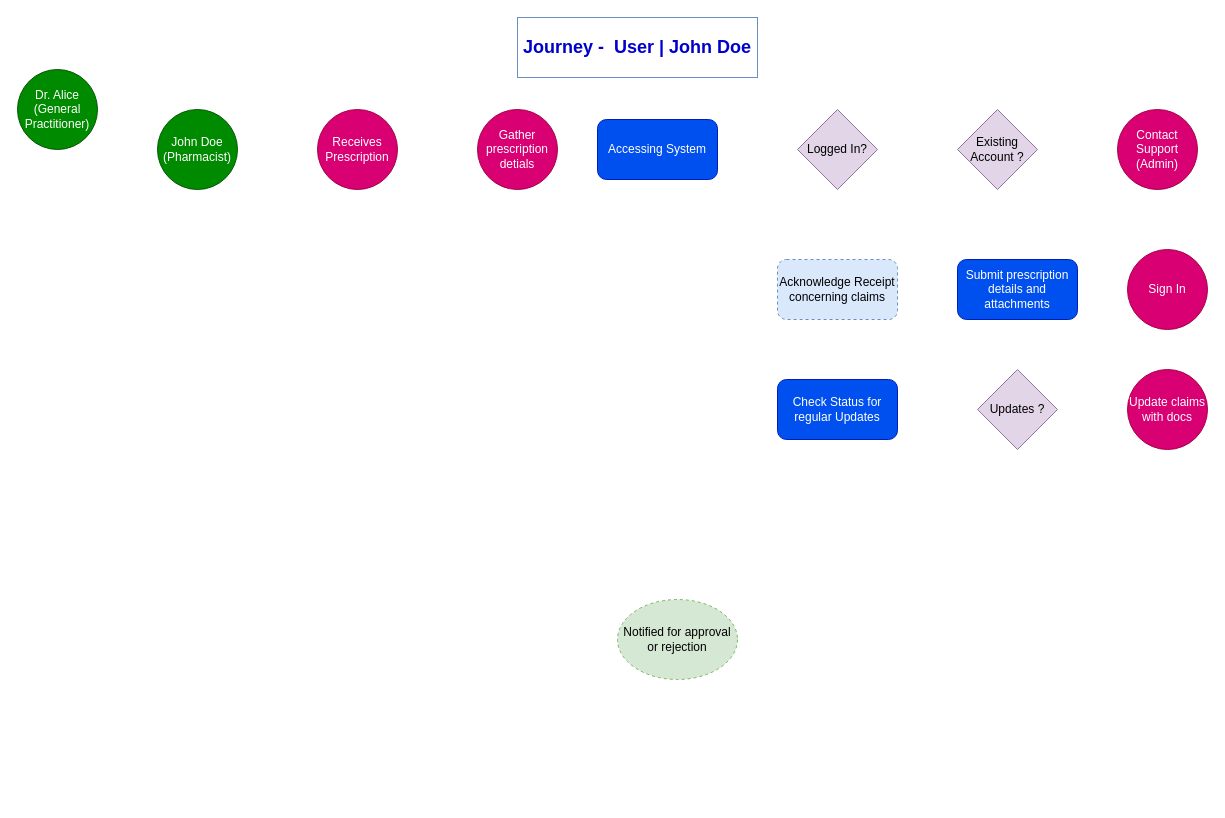
This is User John Doe Journey.drawio from dabiko/draw-io, a draw.io file, before an edit. Source tidied: cells renumbered, new cells numbered last; positions are measured from the earlier drawing's top-left corner, leaving out a move shared by most shapes. Both pictures are drawn from the tidied source at 100%, with x=0, y=0 at pixel (17, 17).
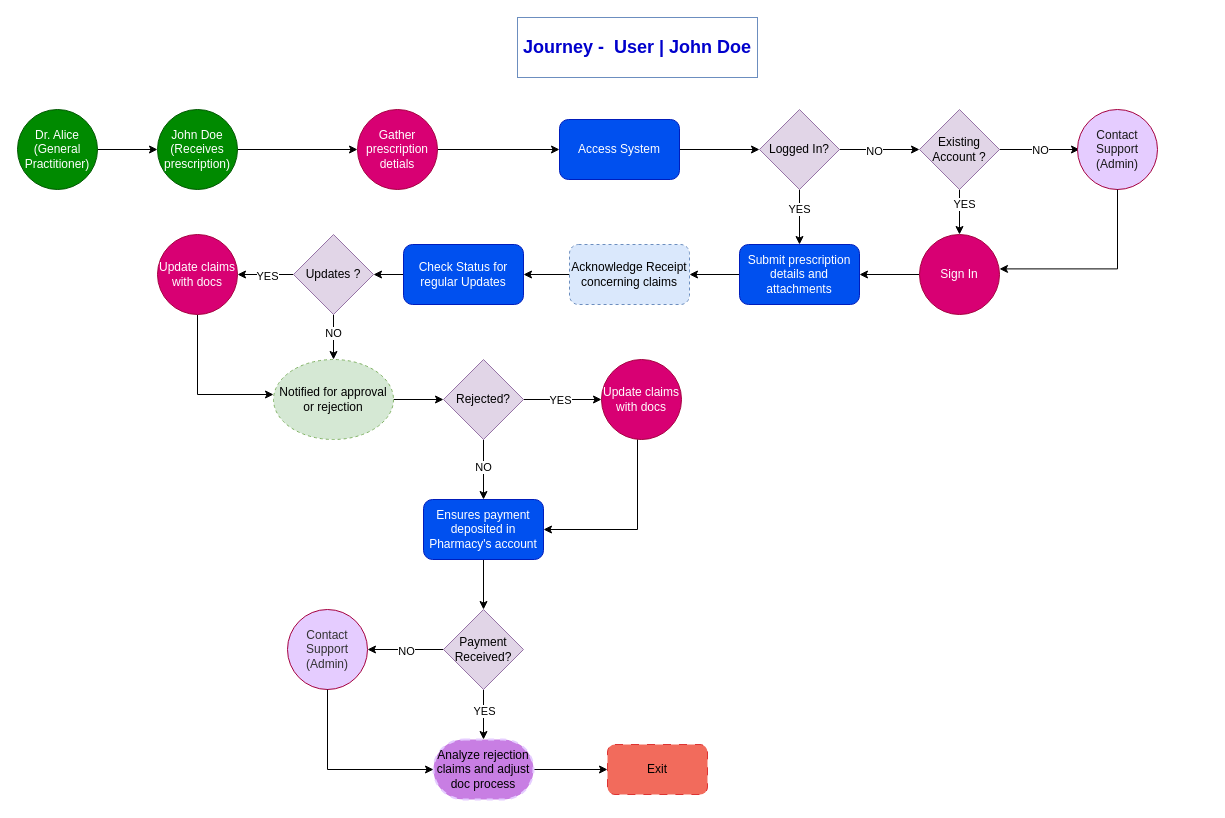
The same page after the edit.

What changed in the source:
```diff
@@
-    <mxCell id="3" value="&lt;div style=&quot;&quot;&gt;&lt;span style=&quot;background-color: initial;&quot;&gt;John Doe (Pharmacist)&lt;/span&gt;&lt;/div&gt;" style="ellipse;whiteSpace=wrap;html=1;fillColor=#008a00;strokeColor=#005700;fontColor=#ffffff;align=center;" parent="1" vertex="1">
-      <mxGeometry x="140" y="92" width="80" height="80" as="geometry" />
-    </mxCell>
+    <mxCell id="18" style="edgeStyle=orthogonalEdgeStyle;rounded=0;jettySize=auto;html=1;" parent="1" edge="1" source="4" target="3">
+      <mxGeometry relative="1" as="geometry" />
+    </mxCell>
     <mxCell id="4" value="&lt;div style=&quot;&quot;&gt;&lt;span style=&quot;background-color: initial;&quot;&gt;Dr. Alice (General Practitioner)&lt;/span&gt;&lt;/div&gt;" style="ellipse;whiteSpace=wrap;html=1;fillColor=#008a00;strokeColor=#005700;fontColor=#ffffff;align=center;" parent="1" vertex="1">
-      <mxGeometry y="52" width="80" height="80" as="geometry" />
+      <mxGeometry y="92" width="80" height="80" as="geometry" />
     </mxCell>
-    <mxCell id="5" value="Receives Prescription" style="ellipse;whiteSpace=wrap;html=1;fillColor=#d80073;strokeColor=#A50040;fontColor=#ffffff;" parent="1" vertex="1">
-      <mxGeometry x="300" y="92" width="80" height="80" as="geometry" />
-    </mxCell>
+    <mxCell id="19" style="edgeStyle=orthogonalEdgeStyle;rounded=0;jettySize=auto;html=1;" parent="1" edge="1" source="6" target="7">
+      <mxGeometry relative="1" as="geometry" />
+    </mxCell>
     <mxCell id="6" value="Gather prescription detials" style="ellipse;whiteSpace=wrap;html=1;fillColor=#d80073;strokeColor=#A50040;fontColor=#ffffff;" parent="1" vertex="1">
-      <mxGeometry x="460" y="92" width="80" height="80" as="geometry" />
+      <mxGeometry x="340" y="92" width="80" height="80" as="geometry" />
     </mxCell>
+    <mxCell id="20" style="edgeStyle=orthogonalEdgeStyle;rounded=0;jettySize=auto;html=1;" parent="1" edge="1" source="7" target="8">
+      <mxGeometry relative="1" as="geometry" />
+    </mxCell>
-    <mxCell id="7" value="Accessing System" style="rounded=1;whiteSpace=wrap;html=1;fillColor=#0050ef;fontColor=#ffffff;strokeColor=#001DBC;" parent="1" vertex="1">
-      <mxGeometry x="580" y="102" width="120" height="60" as="geometry" />
+    <mxCell id="7" value="Access System" style="rounded=1;whiteSpace=wrap;html=1;fillColor=#0050ef;fontColor=#ffffff;strokeColor=#001DBC;" parent="1" vertex="1">
+      <mxGeometry x="542" y="102" width="120" height="60" as="geometry" />
     </mxCell>
+    <mxCell id="21" style="edgeStyle=orthogonalEdgeStyle;rounded=0;jettySize=auto;html=1;" parent="1" edge="1" source="8" target="9">
+      <mxGeometry relative="1" as="geometry" />
+    </mxCell>
+    <mxCell id="22" value="NO" style="edgeLabel;html=1;align=center;verticalAlign=middle;" parent="21" vertex="1">
+      <mxGeometry x="-0.17" y="-1" relative="1" as="geometry">
+        <mxPoint x="1" as="offset" />
+      </mxGeometry>
+    </mxCell>
+    <mxCell id="23" style="edgeStyle=orthogonalEdgeStyle;rounded=0;jettySize=auto;html=1;" parent="1" edge="1" source="8" target="12">
+      <mxGeometry relative="1" as="geometry" />
+    </mxCell>
+    <mxCell id="24" value="YES" style="edgeLabel;html=1;align=center;verticalAlign=middle;" parent="23" vertex="1">
+      <mxGeometry x="-0.31" y="-1" relative="1" as="geometry" />
+    </mxCell>
     <mxCell id="8" value="Logged In?" style="rhombus;whiteSpace=wrap;html=1;fillColor=#e1d5e7;strokeColor=#9673a6;" parent="1" vertex="1">
-      <mxGeometry x="780" y="92" width="80" height="80" as="geometry" />
+      <mxGeometry x="742" y="92" width="80" height="80" as="geometry" />
     </mxCell>
+    <mxCell id="25" style="edgeStyle=orthogonalEdgeStyle;rounded=0;jettySize=auto;html=1;" parent="1" edge="1" source="9">
+      <mxGeometry relative="1" as="geometry">
+        <mxPoint x="1062" y="132" as="targetPoint" />
+      </mxGeometry>
+    </mxCell>
+    <mxCell id="26" value="NO" style="edgeLabel;html=1;align=center;verticalAlign=middle;" parent="25" vertex="1">
+      <mxGeometry x="0.04" relative="1" as="geometry">
+        <mxPoint x="-1" as="offset" />
+      </mxGeometry>
+    </mxCell>
+    <mxCell id="27" style="edgeStyle=orthogonalEdgeStyle;rounded=0;jettySize=auto;html=1;" parent="1" edge="1" source="9" target="11">
+      <mxGeometry relative="1" as="geometry" />
+    </mxCell>
+    <mxCell id="28" value="YES" style="edgeLabel;html=1;align=center;verticalAlign=middle;" parent="27" vertex="1">
+      <mxGeometry x="-0.37" y="4" relative="1" as="geometry" />
+    </mxCell>
     <mxCell id="9" value="Existing Account ?" style="rhombus;whiteSpace=wrap;html=1;fillColor=#e1d5e7;strokeColor=#9673a6;" parent="1" vertex="1">
-      <mxGeometry x="940" y="92" width="80" height="80" as="geometry" />
+      <mxGeometry x="902" y="92" width="80" height="80" as="geometry" />
     </mxCell>
-    <mxCell id="10" value="Contact Support (Admin)" style="ellipse;whiteSpace=wrap;html=1;fillColor=#d80073;strokeColor=#A50040;fontColor=#ffffff;" parent="1" vertex="1">
-      <mxGeometry x="1100" y="92" width="80" height="80" as="geometry" />
+    <mxCell id="10" value="&lt;font color=&quot;#1a1a1a&quot;&gt;Contact Support (Admin)&lt;/font&gt;" style="ellipse;whiteSpace=wrap;html=1;fillColor=#E5CCFF;strokeColor=#A50040;fontColor=#ffffff;" parent="1" vertex="1">
+      <mxGeometry x="1060" y="92" width="80" height="80" as="geometry" />
     </mxCell>
+    <mxCell id="29" style="edgeStyle=orthogonalEdgeStyle;rounded=0;jettySize=auto;html=1;" parent="1" edge="1" source="11" target="12">
+      <mxGeometry relative="1" as="geometry" />
+    </mxCell>
     <mxCell id="11" value="Sign In" style="ellipse;whiteSpace=wrap;html=1;fillColor=#d80073;strokeColor=#A50040;fontColor=#ffffff;" parent="1" vertex="1">
-      <mxGeometry x="1110" y="232" width="80" height="80" as="geometry" />
+      <mxGeometry x="902" y="217" width="80" height="80" as="geometry" />
     </mxCell>
+    <mxCell id="30" style="edgeStyle=orthogonalEdgeStyle;rounded=0;jettySize=auto;html=1;" parent="1" edge="1" source="12" target="13">
+      <mxGeometry relative="1" as="geometry" />
+    </mxCell>
     <mxCell id="12" value="Submit prescription details and attachments" style="rounded=1;whiteSpace=wrap;html=1;fillColor=#0050ef;fontColor=#ffffff;strokeColor=#001DBC;" parent="1" vertex="1">
-      <mxGeometry x="940" y="242" width="120" height="60" as="geometry" />
+      <mxGeometry x="722" y="227" width="120" height="60" as="geometry" />
     </mxCell>
+    <mxCell id="31" style="edgeStyle=orthogonalEdgeStyle;rounded=0;jettySize=auto;html=1;" parent="1" edge="1" source="13" target="14">
+      <mxGeometry relative="1" as="geometry" />
+    </mxCell>
     <mxCell id="13" value="Acknowledge Receipt concerning claims" style="rounded=1;whiteSpace=wrap;html=1;fillColor=#dae8fc;strokeColor=#6c8ebf;dashed=1;" parent="1" vertex="1">
-      <mxGeometry x="760" y="242" width="120" height="60" as="geometry" />
+      <mxGeometry x="552" y="227" width="120" height="60" as="geometry" />
     </mxCell>
+    <mxCell id="32" style="edgeStyle=orthogonalEdgeStyle;rounded=0;jettySize=auto;html=1;" parent="1" edge="1" source="14" target="15">
+      <mxGeometry relative="1" as="geometry" />
+    </mxCell>
     <mxCell id="14" value="Check Status for regular Updates" style="rounded=1;whiteSpace=wrap;html=1;fillColor=#0050ef;fontColor=#ffffff;strokeColor=#001DBC;" parent="1" vertex="1">
-      <mxGeometry x="760" y="362" width="120" height="60" as="geometry" />
+      <mxGeometry x="386" y="227" width="120" height="60" as="geometry" />
     </mxCell>
+    <mxCell id="33" style="edgeStyle=orthogonalEdgeStyle;rounded=0;jettySize=auto;html=1;" parent="1" edge="1" source="15" target="16">
+      <mxGeometry relative="1" as="geometry" />
+    </mxCell>
+    <mxCell id="34" value="YES" style="edgeLabel;html=1;align=center;verticalAlign=middle;" parent="33" vertex="1">
+      <mxGeometry x="-0.03" y="1" relative="1" as="geometry" />
+    </mxCell>
+    <mxCell id="35" style="edgeStyle=orthogonalEdgeStyle;rounded=0;jettySize=auto;html=1;" parent="1" edge="1" source="15" target="17">
+      <mxGeometry relative="1" as="geometry" />
+    </mxCell>
+    <mxCell id="36" value="NO" style="edgeLabel;html=1;align=center;verticalAlign=middle;" parent="35" vertex="1">
+      <mxGeometry x="-0.2" y="-1" relative="1" as="geometry" />
+    </mxCell>
     <mxCell id="15" value="Updates ?" style="rhombus;whiteSpace=wrap;html=1;fillColor=#e1d5e7;strokeColor=#9673a6;" parent="1" vertex="1">
-      <mxGeometry x="960" y="352" width="80" height="80" as="geometry" />
+      <mxGeometry x="276" y="217" width="80" height="80" as="geometry" />
     </mxCell>
+    <mxCell id="37" style="edgeStyle=orthogonalEdgeStyle;rounded=0;jettySize=auto;html=1;entryX=0;entryY=0.5;entryDx=0;entryDy=0;exitX=0.5;exitY=1;exitDx=0;exitDy=0;" parent="1" edge="1" source="16">
+      <mxGeometry relative="1" as="geometry">
+        <mxPoint x="256" y="377" as="targetPoint" />
+        <Array as="points">
+          <mxPoint x="180" y="377" />
+        </Array>
+      </mxGeometry>
+    </mxCell>
     <mxCell id="16" value="Update claims with docs" style="ellipse;whiteSpace=wrap;html=1;fillColor=#d80073;strokeColor=#A50040;fontColor=#ffffff;" parent="1" vertex="1">
-      <mxGeometry x="1110" y="352" width="80" height="80" as="geometry" />
+      <mxGeometry x="140" y="217" width="80" height="80" as="geometry" />
     </mxCell>
+    <mxCell id="38" style="edgeStyle=orthogonalEdgeStyle;rounded=0;jettySize=auto;html=1;" parent="1" edge="1" source="17" target="44">
+      <mxGeometry relative="1" as="geometry" />
+    </mxCell>
     <mxCell id="17" value="Notified for approval or rejection" style="ellipse;whiteSpace=wrap;html=1;fillColor=#d5e8d4;strokeColor=#82b366;dashed=1;" parent="1" vertex="1">
-      <mxGeometry x="600" y="582" width="120" height="80" as="geometry" />
+      <mxGeometry x="256" y="342" width="120" height="80" as="geometry" />
     </mxCell>
+    <mxCell id="39" style="edgeStyle=orthogonalEdgeStyle;rounded=0;jettySize=auto;html=1;entryX=1.008;entryY=0.642;entryDx=0;entryDy=0;entryPerimeter=0;exitX=0.5;exitY=1;exitDx=0;exitDy=0;" parent="1" edge="1" source="10">
+      <mxGeometry relative="1" as="geometry">
+        <mxPoint x="982" y="251.4" as="targetPoint" />
+        <Array as="points">
+          <mxPoint x="1100" y="251" />
+        </Array>
+      </mxGeometry>
+    </mxCell>
+    <mxCell id="40" style="edgeStyle=orthogonalEdgeStyle;rounded=0;jettySize=auto;html=1;" parent="1" edge="1" source="44" target="46">
+      <mxGeometry relative="1" as="geometry" />
+    </mxCell>
+    <mxCell id="41" value="NO" style="edgeLabel;html=1;align=center;verticalAlign=middle;" parent="40" vertex="1">
+      <mxGeometry x="-0.11" y="-1" relative="1" as="geometry" />
+    </mxCell>
+    <mxCell id="42" style="edgeStyle=orthogonalEdgeStyle;rounded=0;jettySize=auto;html=1;" parent="1" edge="1" source="44" target="58">
+      <mxGeometry relative="1" as="geometry" />
+    </mxCell>
+    <mxCell id="43" value="YES" style="edgeLabel;html=1;align=center;verticalAlign=middle;" parent="42" vertex="1">
+      <mxGeometry x="-0.07" relative="1" as="geometry" />
+    </mxCell>
+    <mxCell id="44" value="Rejected?" style="rhombus;whiteSpace=wrap;html=1;fillColor=#e1d5e7;strokeColor=#9673a6;" parent="1" vertex="1">
+      <mxGeometry x="426" y="342" width="80" height="80" as="geometry" />
+    </mxCell>
+    <mxCell id="45" style="edgeStyle=orthogonalEdgeStyle;rounded=0;jettySize=auto;html=1;" parent="1" edge="1" source="46" target="51">
+      <mxGeometry relative="1" as="geometry" />
+    </mxCell>
+    <mxCell id="46" value="Ensures payment deposited in Pharmacy's account" style="rounded=1;whiteSpace=wrap;html=1;fillColor=#0050ef;fontColor=#ffffff;strokeColor=#001DBC;" parent="1" vertex="1">
+      <mxGeometry x="406" y="482" width="120" height="60" as="geometry" />
+    </mxCell>
+    <mxCell id="47" style="edgeStyle=orthogonalEdgeStyle;rounded=0;jettySize=auto;html=1;" parent="1" edge="1" source="51" target="59">
+      <mxGeometry relative="1" as="geometry" />
+    </mxCell>
+    <mxCell id="48" value="NO" style="edgeLabel;html=1;align=center;verticalAlign=middle;" parent="47" vertex="1">
+      <mxGeometry x="-0.01" y="4" relative="1" as="geometry">
+        <mxPoint y="-3" as="offset" />
+      </mxGeometry>
+    </mxCell>
+    <mxCell id="49" style="edgeStyle=orthogonalEdgeStyle;rounded=0;jettySize=auto;html=1;" parent="1" edge="1" source="51" target="53">
+      <mxGeometry relative="1" as="geometry" />
+    </mxCell>
+    <mxCell id="50" value="YES" style="edgeLabel;html=1;align=center;verticalAlign=middle;" parent="49" vertex="1">
+      <mxGeometry x="-0.18" relative="1" as="geometry" />
+    </mxCell>
+    <mxCell id="51" value="Payment Received?" style="rhombus;whiteSpace=wrap;html=1;fillColor=#e1d5e7;strokeColor=#9673a6;" parent="1" vertex="1">
+      <mxGeometry x="426" y="592" width="80" height="80" as="geometry" />
+    </mxCell>
+    <mxCell id="52" style="edgeStyle=orthogonalEdgeStyle;rounded=0;jettySize=auto;html=1;" parent="1" edge="1" source="53" target="54">
+      <mxGeometry relative="1" as="geometry" />
+    </mxCell>
+    <mxCell id="53" value="Analyze rejection claims and adjust doc process" style="strokeWidth=2;html=1;shape=mxgraph.flowchart.terminator;whiteSpace=wrap;fillColor=#c87ee3;strokeColor=#E5CCFF;dashed=1;" parent="1" vertex="1">
+      <mxGeometry x="416" y="722" width="100" height="60" as="geometry" />
+    </mxCell>
+    <mxCell id="54" value="Exit" style="rounded=1;whiteSpace=wrap;html=1;fillColor=#ef4734;strokeColor=#D71515;dashed=1;dashPattern=8 8;fillStyle=solid;gradientColor=none;opacity=80;" parent="1" vertex="1">
+      <mxGeometry x="590" y="727" width="100" height="50" as="geometry" />
+    </mxCell>
+    <mxCell id="55" style="edgeStyle=orthogonalEdgeStyle;rounded=0;jettySize=auto;html=1;" parent="1" edge="1" target="3">
+      <mxGeometry relative="1" as="geometry">
+        <mxPoint x="182" y="132" as="sourcePoint" />
+      </mxGeometry>
+    </mxCell>
+    <mxCell id="56" style="edgeStyle=orthogonalEdgeStyle;rounded=0;jettySize=auto;html=1;entryX=0;entryY=0.5;entryDx=0;entryDy=0;" parent="1" edge="1" source="3" target="6">
+      <mxGeometry relative="1" as="geometry" />
+    </mxCell>
+    <mxCell id="3" value="&lt;div style=&quot;&quot;&gt;&lt;span style=&quot;background-color: initial;&quot;&gt;John Doe (Receives prescription)&lt;/span&gt;&lt;/div&gt;" style="ellipse;whiteSpace=wrap;html=1;fillColor=#008a00;strokeColor=#005700;fontColor=#ffffff;align=center;" parent="1" vertex="1">
+      <mxGeometry x="140" y="92" width="80" height="80" as="geometry" />
+    </mxCell>
+    <mxCell id="57" style="edgeStyle=orthogonalEdgeStyle;rounded=0;jettySize=auto;html=1;entryX=1;entryY=0.5;entryDx=0;entryDy=0;" parent="1" edge="1" source="58" target="46">
+      <mxGeometry relative="1" as="geometry">
+        <Array as="points">
+          <mxPoint x="620" y="512" />
+        </Array>
+      </mxGeometry>
+    </mxCell>
+    <mxCell id="58" value="Update claims with docs" style="ellipse;whiteSpace=wrap;html=1;fillColor=#d80073;strokeColor=#A50040;fontColor=#ffffff;" parent="1" vertex="1">
+      <mxGeometry x="584" y="342" width="80" height="80" as="geometry" />
+    </mxCell>
+    <mxCell id="59" value="&lt;font color=&quot;#333333&quot;&gt;Contact Support (Admin)&lt;/font&gt;" style="ellipse;whiteSpace=wrap;html=1;fillColor=#E5CCFF;strokeColor=#A50040;fontColor=#ffffff;" parent="1" vertex="1">
+      <mxGeometry x="270" y="592" width="80" height="80" as="geometry" />
+    </mxCell>
+    <mxCell id="60" style="edgeStyle=orthogonalEdgeStyle;rounded=0;jettySize=auto;html=1;entryX=0;entryY=0.5;entryDx=0;entryDy=0;entryPerimeter=0;" parent="1" edge="1" source="59" target="53">
+      <mxGeometry relative="1" as="geometry">
+        <Array as="points">
+          <mxPoint x="310" y="752" />
+        </Array>
+      </mxGeometry>
+    </mxCell>
```
